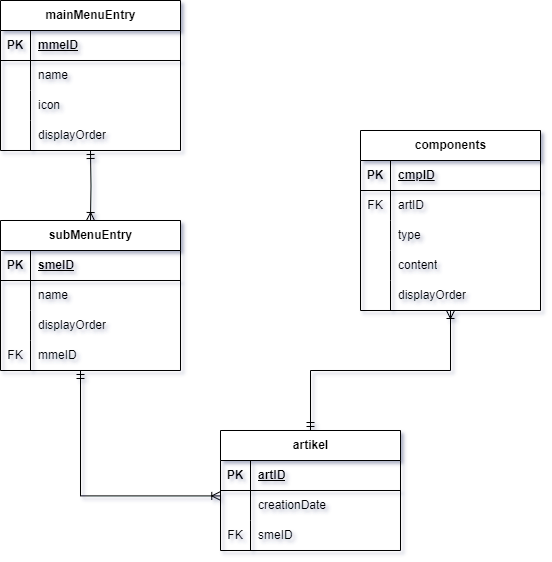
Werzu25/MusikbezirkSilz keeps this draw.io diagram as src/db/schema.png. Above is the earlier version. Source tidied: cells renumbered, new cells last; positions are measured from the earlier drawing's top-left corner, leaving out a move shared by most shapes.
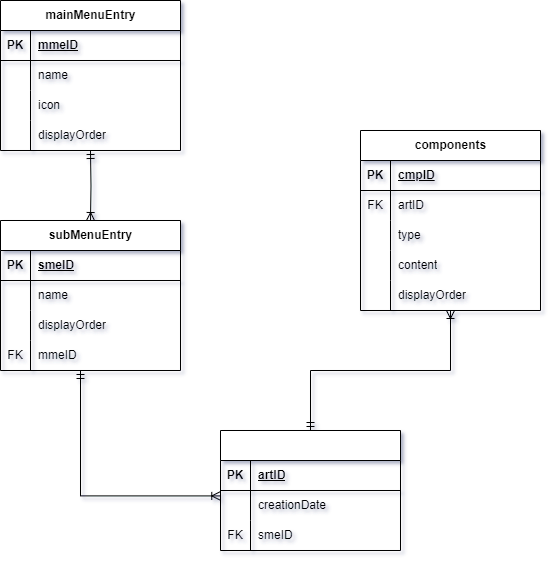
After the change.

What changed in the source:
```diff
@@ -86,7 +86,7 @@
     <mxCell id="27" value="displayOrder" style="shape=partialRectangle;fillColor=none;top=0;left=1;bottom=0;right=0;align=left;spacingLeft=6;overflow=hidden;whiteSpace=wrap;html=1;" parent="1" vertex="1">
       <mxGeometry x="30" y="120" width="150" height="30" as="geometry" />
     </mxCell>
-    <mxCell id="28" value="artikel" style="shape=table;startSize=30;rowLines=0;fontStyle=1;align=center;html=1;" parent="1" vertex="1">
+    <mxCell id="28" style="shape=table;startSize=30;rowLines=0;fontStyle=1;align=center;html=1;" parent="1" vertex="1">
       <mxGeometry x="220" y="430" width="180" height="120" as="geometry" />
     </mxCell>
     <mxCell id="29" style="shape=tableRow;horizontal=0;startSize=0;swimlaneHead=0;swimlaneBody=0;fillColor=none;top=0;left=0;right=0;bottom=1;" parent="28" vertex="1">
```
